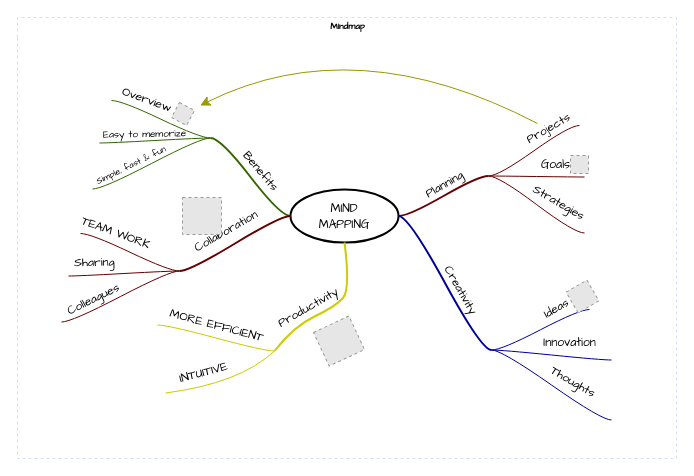
Earlier version of the draw.io diagram Untitled Diagram.drawio (Dukeget/Learning-). Source tidied: cells renumbered, new cells numbered last; positions are measured from the earlier drawing's top-left corner, leaving out a move shared by most shapes. Both pictures are drawn from the tidied source at 100%, with x=0, y=0 at pixel (17, 17). Pictures stored in the file or linked from it are replaced by grey dashed boxes.
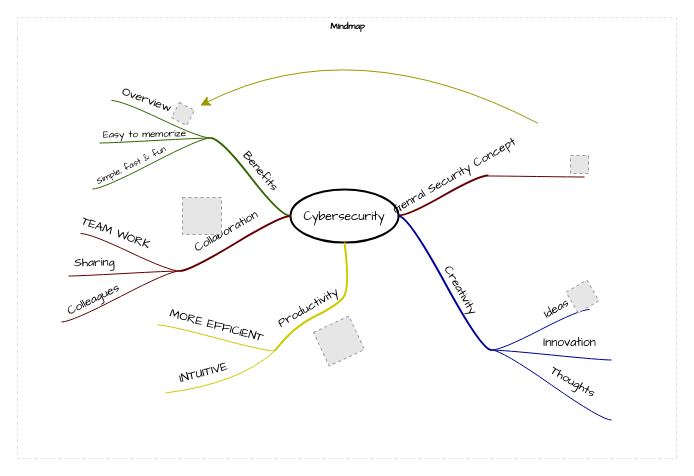
The same page after the edit.

Commit message:
Cybersecurity_Mindmapping_V1.0

Unchanged cells that the change refers to:
```xml
<mxCell id="2" value="Mindmap" style="swimlane;html=1;startSize=20;horizontal=1;containerType=tree;labelBackgroundColor=none;strokeColor=#D4E1F5;strokeWidth=1;fillColor=none;fontFamily=Comic Sans MS;fontSize=9;swimlaneLine=0;dashed=1;" parent="1" vertex="1">
  <mxGeometry width="659" height="441" as="geometry" />
</mxCell>
<mxCell id="4" style="whiteSpace=wrap;html=1;rounded=1;arcSize=50;align=center;verticalAlign=middle;strokeWidth=1;spacing=4;" parent="2" vertex="1">
  <mxGeometry x="471" y="158" height="1" as="geometry" />
</mxCell>
<mxCell id="10" style="whiteSpace=wrap;html=1;rounded=1;arcSize=50;align=center;verticalAlign=middle;strokeWidth=1;spacing=4;" parent="2" vertex="1">
  <mxGeometry x="567" y="159" height="1" as="geometry" />
</mxCell>
<mxCell id="13" style="whiteSpace=wrap;html=1;rounded=1;arcSize=50;align=center;verticalAlign=middle;strokeWidth=1;spacing=4;" parent="2" vertex="1">
  <mxGeometry x="567" y="215" height="1" as="geometry" />
</mxCell>
<mxCell id="44" style="fillColor=#E6E6E6;strokeColor=#999999;dashed=1;html=1;verticalAlign=top;verticalLabelPosition=bottom;labelBackgroundColor=#ffffff;fontFamily=Comic Sans MS;fontSize=10;rotation=28;" parent="2" vertex="1">
  <mxGeometry x="157" y="88" width="17" height="17" as="geometry" />
</mxCell>
```

Change to the diagram source:
```diff
@@
-    <mxCell id="3" value="&lt;font face=&quot;Comic Sans MS&quot;&gt;MIND&lt;br&gt;MAPPING&lt;/font&gt;" style="ellipse;whiteSpace=wrap;html=1;align=center;strokeWidth=2;" parent="2" vertex="1">
+    <mxCell id="3" value="&lt;font face=&quot;Comic Sans MS&quot;&gt;Cybersecurity&lt;/font&gt;" style="ellipse;whiteSpace=wrap;html=1;align=center;strokeWidth=2;" parent="2" vertex="1">
       <mxGeometry x="273" y="172" width="108" height="53" as="geometry" />
     </mxCell>
@@
-    <mxCell id="5" style="edgeStyle=entityRelationEdgeStyle;startArrow=none;endArrow=none;segment=10;curved=1;strokeWidth=2;strokeColor=#660000;rounded=0;fontSize=12;startSize=8;endSize=8;" parent="2" edge="1" source="3" target="4">
-      <mxGeometry relative="1" as="geometry" />
+    <mxCell id="5" style="edgeStyle=entityRelationEdgeStyle;startArrow=none;endArrow=none;segment=10;curved=1;strokeWidth=2;strokeColor=#660000;rounded=0;fontSize=12;startSize=8;endSize=8;" parent="2" edge="1">
+      <mxGeometry relative="1" as="geometry">
+        <mxPoint x="381" y="198" as="sourcePoint" />
+        <mxPoint x="471" y="158" as="targetPoint" />
+      </mxGeometry>
     </mxCell>
-    <mxCell id="6" value="Planning" style="text;html=1;align=center;verticalAlign=middle;labelBackgroundColor=none;rotation=-30;fontFamily=Comic Sans MS;" parent="5" vertex="1">
+    <mxCell id="6" value="Genral Security Concept" style="text;html=1;align=center;verticalAlign=middle;labelBackgroundColor=none;rotation=-30;fontFamily=Comic Sans MS;" parent="5" vertex="1">
       <mxGeometry x="0.02" y="2" relative="1" as="geometry">
-        <mxPoint x="1" y="-9" as="offset" />
+        <mxPoint x="11" y="-17" as="offset" />
       </mxGeometry>
     </mxCell>
-    <mxCell id="7" style="whiteSpace=wrap;html=1;rounded=1;arcSize=50;align=center;verticalAlign=middle;strokeWidth=1;spacing=4;" parent="2" vertex="1" collapsed="1">
-      <mxGeometry x="562" y="108" width="5" as="geometry" />
-    </mxCell>
-    <mxCell id="8" style="edgeStyle=entityRelationEdgeStyle;startArrow=none;endArrow=none;segment=10;curved=1;strokeColor=#660000;rounded=0;fontSize=12;startSize=8;endSize=8;" parent="2" edge="1" source="4" target="7">
-      <mxGeometry relative="1" as="geometry" />
-    </mxCell>
-    <mxCell id="9" value="Projects" style="text;html=1;points=[];align=center;verticalAlign=middle;labelBackgroundColor=none;fontFamily=Comic Sans MS;rotation=-30;" parent="8" vertex="1">
-      <mxGeometry x="0.26" relative="1" as="geometry">
-        <mxPoint x="3" y="-14" as="offset" />
-      </mxGeometry>
-    </mxCell>
@@
-    <mxCell id="11" style="edgeStyle=entityRelationEdgeStyle;startArrow=none;endArrow=none;segment=10;curved=1;strokeColor=#660000;rounded=0;fontSize=12;startSize=8;endSize=8;" parent="2" edge="1" source="4" target="10">
-      <mxGeometry relative="1" as="geometry" />
+    <mxCell id="11" style="edgeStyle=entityRelationEdgeStyle;startArrow=none;endArrow=none;segment=10;curved=1;strokeColor=#660000;rounded=0;fontSize=12;startSize=8;endSize=8;" parent="2" edge="1">
+      <mxGeometry relative="1" as="geometry">
+        <mxPoint x="471" y="158.5" as="sourcePoint" />
+        <mxPoint x="567" y="159.5" as="targetPoint" />
+      </mxGeometry>
     </mxCell>
-    <mxCell id="12" value="Goals" style="text;html=1;align=center;verticalAlign=middle;labelBackgroundColor=none;fontFamily=Comic Sans MS;rotation=0;" parent="11" vertex="1">
-      <mxGeometry x="-0.11" y="-1" relative="1" as="geometry">
-        <mxPoint x="24" y="-12" as="offset" />
-      </mxGeometry>
-    </mxCell>
@@
-    <mxCell id="14" style="edgeStyle=entityRelationEdgeStyle;startArrow=none;endArrow=none;segment=10;curved=1;strokeColor=#660000;rounded=0;fontSize=12;startSize=8;endSize=8;" parent="2" edge="1" source="4" target="13">
-      <mxGeometry relative="1" as="geometry" />
-    </mxCell>
-    <mxCell id="15" value="Strategies" style="text;html=1;align=center;verticalAlign=middle;labelBackgroundColor=none;fontFamily=Comic Sans MS;rotation=30;" parent="14" vertex="1">
-      <mxGeometry x="-0.11" y="-1" relative="1" as="geometry">
-        <mxPoint x="28" y="1" as="offset" />
-      </mxGeometry>
-    </mxCell>
@@
-    <mxCell id="45" style="endArrow=classic;html=1;curved=1;sourcePerimeterSpacing=10;strokeColor=#999900;targetPerimeterSpacing=7;rounded=0;fontSize=12;startSize=8;endSize=8;" parent="2" edge="1" source="9" target="44">
+    <mxCell id="45" style="endArrow=classic;html=1;curved=1;sourcePerimeterSpacing=10;strokeColor=#999900;targetPerimeterSpacing=7;rounded=0;fontSize=12;startSize=8;endSize=8;" parent="2" edge="1" target="44">
       <mxGeometry relative="1" as="geometry">
+        <mxPoint x="520.3" y="105.7" as="sourcePoint" />
         <Array as="points">
           <mxPoint x="338" y="11" />
         </Array>
       </mxGeometry>
     </mxCell>
```
